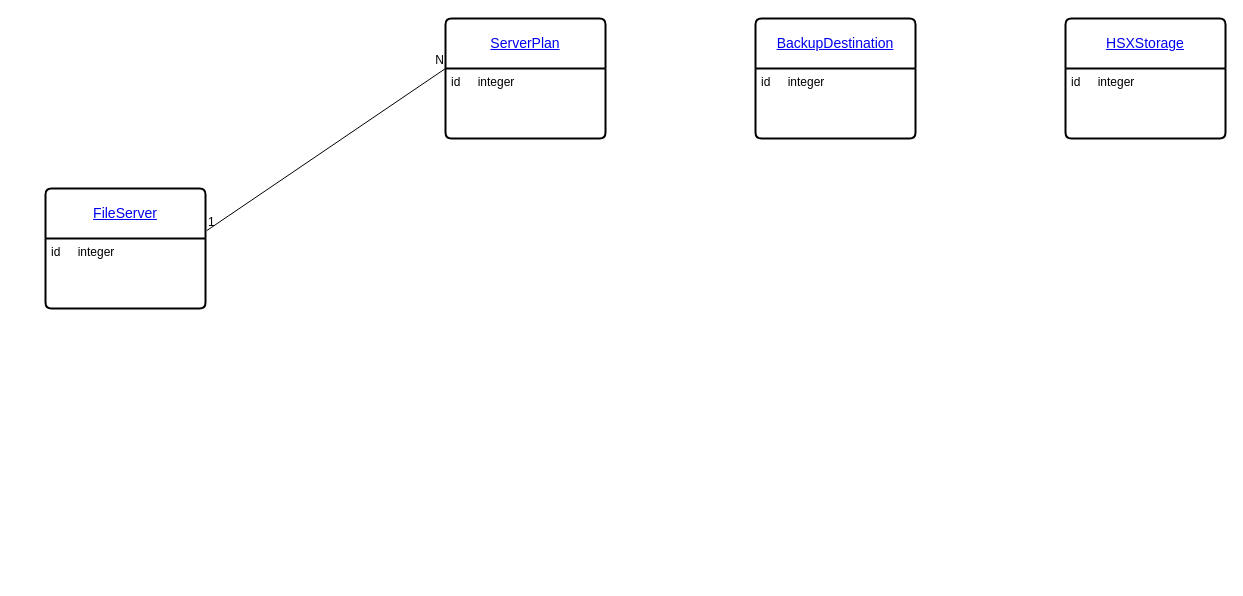
cvltmaheshp/helm-charts keeps this draw.io diagram as CVArch.drawio. Above is the earlier version. Source tidied: cells renumbered, new cells numbered last; positions are measured from the earlier drawing's top-left corner, leaving out a move shared by most shapes. Both pictures are drawn from the tidied source at 100%, with x=0, y=0 at pixel (45, 18).
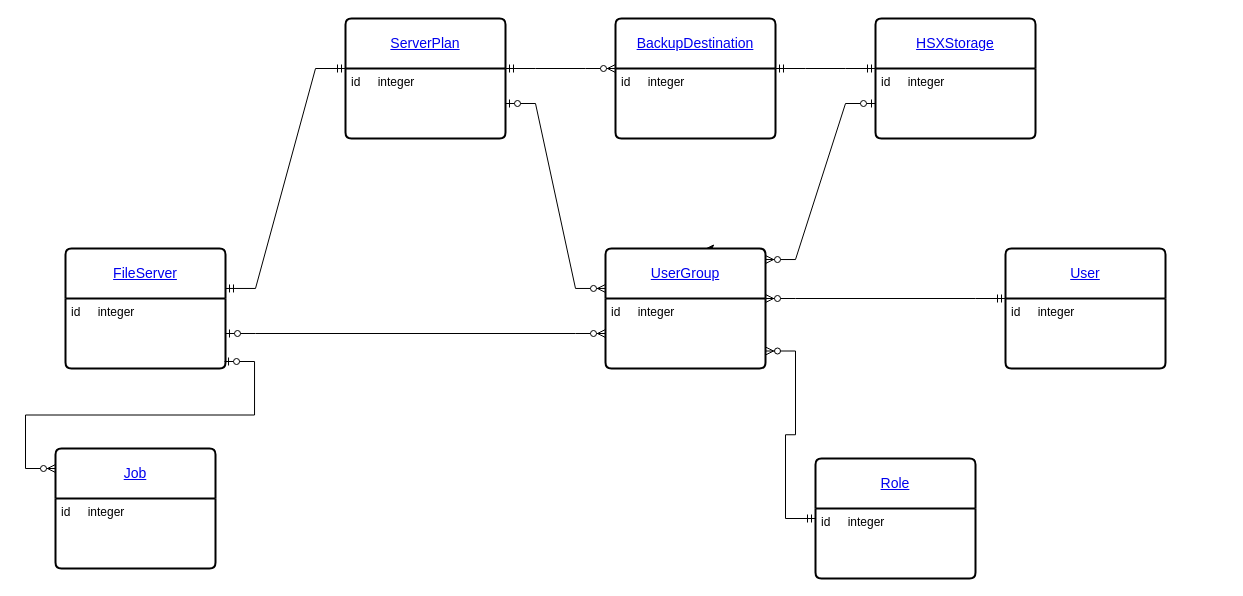
The same diagram, later.

The change refers to these unchanged cells:
```xml
<mxCell id="3" value="id&lt;span style=&quot;white-space: pre;&quot;&gt;&#9;&lt;/span&gt;integer" style="align=left;strokeColor=none;fillColor=none;spacingLeft=4;fontSize=12;verticalAlign=top;html=1;" parent="2" vertex="1">
  <mxGeometry y="50" width="160" height="70" as="geometry" />
</mxCell>
<mxCell id="5" value="id&lt;span style=&quot;white-space: pre;&quot;&gt;&#9;&lt;/span&gt;integer" style="align=left;strokeColor=none;fillColor=none;spacingLeft=4;fontSize=12;verticalAlign=top;html=1;" parent="4" vertex="1">
  <mxGeometry y="50" width="160" height="70" as="geometry" />
</mxCell>
<mxCell id="10" value="id&lt;span style=&quot;white-space: pre;&quot;&gt;&#9;&lt;/span&gt;integer" style="align=left;strokeColor=none;fillColor=none;spacingLeft=4;fontSize=12;verticalAlign=top;html=1;" parent="9" vertex="1">
  <mxGeometry y="50" width="160" height="70" as="geometry" />
</mxCell>
<mxCell id="12" value="id&lt;span style=&quot;white-space: pre;&quot;&gt;&#9;&lt;/span&gt;integer" style="align=left;strokeColor=none;fillColor=none;spacingLeft=4;fontSize=12;verticalAlign=top;html=1;" parent="11" vertex="1">
  <mxGeometry y="50" width="160" height="70" as="geometry" />
</mxCell>
```

Change to the diagram source:
```diff
@@
     <mxCell id="2" value="&lt;a href=&quot;https://api-next.commvault.com/docs/api/cv/OpenAPI3/get-file-servers#get-file-servers&quot;&gt;FileServer&lt;/a&gt;" style="swimlane;horizontal=1;startSize=50;rounded=1;fontSize=14;fontStyle=0;strokeWidth=2;shadow=0;dashed=0;align=center;arcSize=4;whiteSpace=wrap;html=1;" parent="1" vertex="1">
-      <mxGeometry y="170" width="160" height="120" as="geometry" />
+      <mxGeometry x="20" y="230" width="160" height="120" as="geometry" />
     </mxCell>
@@
     <mxCell id="4" value="&lt;a href=&quot;https://api-next.commvault.com/docs/api/cv/OpenAPI3/get-plan-by-id&quot;&gt;ServerPlan&lt;/a&gt;" style="swimlane;horizontal=1;startSize=50;rounded=1;fontSize=14;fontStyle=0;strokeWidth=2;shadow=0;dashed=0;align=center;arcSize=4;whiteSpace=wrap;html=1;" parent="1" vertex="1">
-      <mxGeometry x="400" width="160" height="120" as="geometry" />
+      <mxGeometry x="300" width="160" height="120" as="geometry" />
     </mxCell>
@@
-    <mxCell id="6" style="endArrow=none;html=1;rounded=0;entryX=0;entryY=0;entryDx=0;entryDy=0;exitX=1.008;exitY=0.351;exitDx=0;exitDy=0;exitPerimeter=0;" parent="1" edge="1" source="2" target="5">
-      <mxGeometry relative="1" as="geometry" />
-    </mxCell>
-    <mxCell id="7" value="1" style="html=1;whiteSpace=wrap;align=left;verticalAlign=bottom;" parent="6" vertex="1">
-      <mxGeometry x="-1" relative="1" as="geometry" />
-    </mxCell>
-    <mxCell id="8" value="N" style="html=1;whiteSpace=wrap;align=right;verticalAlign=bottom;" parent="6" vertex="1">
-      <mxGeometry x="1" relative="1" as="geometry" />
-    </mxCell>
     <mxCell id="9" value="&lt;a href=&quot;https://api-next.commvault.com/docs/api/cv/OpenAPI3/get-backup-destination-details&quot;&gt;BackupDestination&lt;/a&gt;" style="swimlane;horizontal=1;startSize=50;rounded=1;fontSize=14;fontStyle=0;strokeWidth=2;shadow=0;dashed=0;align=center;arcSize=4;whiteSpace=wrap;html=1;" parent="1" vertex="1">
-      <mxGeometry x="710" width="160" height="120" as="geometry" />
+      <mxGeometry x="570" width="160" height="120" as="geometry" />
     </mxCell>
@@
     <mxCell id="11" value="&lt;a href=&quot;https://api-next.commvault.com/docs/api/cv/OpenAPI3/get-hyper-scale-storage-by-id#get-details-of-a-specific-hyperscale-storage&quot;&gt;HSXStorage&lt;/a&gt;" style="swimlane;horizontal=1;startSize=50;rounded=1;fontSize=14;fontStyle=0;strokeWidth=2;shadow=0;dashed=0;align=center;arcSize=4;whiteSpace=wrap;html=1;" parent="1" vertex="1">
-      <mxGeometry x="1020" width="160" height="120" as="geometry" />
+      <mxGeometry x="830" width="160" height="120" as="geometry" />
     </mxCell>
@@
+    <mxCell id="13" style="edgeStyle=orthogonalEdgeStyle;rounded=0;jettySize=auto;html=1;exitX=0.75;exitY=0;exitDx=0;exitDy=0;" parent="1" edge="1" source="14">
+      <mxGeometry relative="1" as="geometry">
+        <mxPoint x="660" y="230" as="targetPoint" />
+      </mxGeometry>
+    </mxCell>
+    <mxCell id="14" value="&lt;a href=&quot;https://api-next.commvault.com/docs/api/cv/OpenAPI3/get-user-group-details&quot;&gt;UserGroup&lt;/a&gt;" style="swimlane;horizontal=1;startSize=50;rounded=1;fontSize=14;fontStyle=0;strokeWidth=2;shadow=0;dashed=0;align=center;arcSize=4;whiteSpace=wrap;html=1;" parent="1" vertex="1">
+      <mxGeometry x="560" y="230" width="160" height="120" as="geometry" />
+    </mxCell>
+    <mxCell id="15" value="id&lt;span style=&quot;white-space: pre;&quot;&gt;&#9;&lt;/span&gt;integer" style="align=left;strokeColor=none;fillColor=none;spacingLeft=4;fontSize=12;verticalAlign=top;html=1;" parent="14" vertex="1">
+      <mxGeometry y="50" width="160" height="70" as="geometry" />
+    </mxCell>
+    <mxCell id="16" value="&lt;a href=&quot;https://api-next.commvault.com/docs/api/cv/OpenAPI3/get-role-details&quot;&gt;Role&lt;/a&gt;" style="swimlane;horizontal=1;startSize=50;rounded=1;fontSize=14;fontStyle=0;strokeWidth=2;shadow=0;dashed=0;align=center;arcSize=4;whiteSpace=wrap;html=1;" parent="1" vertex="1">
+      <mxGeometry x="770" y="440" width="160" height="120" as="geometry" />
+    </mxCell>
+    <mxCell id="17" value="id&lt;span style=&quot;white-space: pre;&quot;&gt;&#9;&lt;/span&gt;integer" style="align=left;strokeColor=none;fillColor=none;spacingLeft=4;fontSize=12;verticalAlign=top;html=1;" parent="16" vertex="1">
+      <mxGeometry y="50" width="160" height="70" as="geometry" />
+    </mxCell>
+    <mxCell id="18" value="&lt;a href=&quot;https://api-next.commvault.com/docs/api/cv/OpenAPI3/get-user-details&quot;&gt;User&lt;/a&gt;" style="swimlane;horizontal=1;startSize=50;rounded=1;fontSize=14;fontStyle=0;strokeWidth=2;shadow=0;dashed=0;align=center;arcSize=4;whiteSpace=wrap;html=1;" parent="1" vertex="1">
+      <mxGeometry x="960" y="230" width="160" height="120" as="geometry" />
+    </mxCell>
+    <mxCell id="19" value="id&lt;span style=&quot;white-space: pre;&quot;&gt;&#9;&lt;/span&gt;integer" style="align=left;strokeColor=none;fillColor=none;spacingLeft=4;fontSize=12;verticalAlign=top;html=1;" parent="18" vertex="1">
+      <mxGeometry y="50" width="160" height="70" as="geometry" />
+    </mxCell>
+    <mxCell id="20" value="&lt;a href=&quot;https://api-next.commvault.com/docs/api/cv/JobOperations/get-job-summary-of-a-job#get-job-summary-of-a-job&quot;&gt;Job&lt;/a&gt;" style="swimlane;horizontal=1;startSize=50;rounded=1;fontSize=14;fontStyle=0;strokeWidth=2;shadow=0;dashed=0;align=center;arcSize=4;whiteSpace=wrap;html=1;" parent="1" vertex="1">
+      <mxGeometry x="10" y="430" width="160" height="120" as="geometry" />
+    </mxCell>
+    <mxCell id="21" value="id&lt;span style=&quot;white-space: pre;&quot;&gt;&#9;&lt;/span&gt;integer" style="align=left;strokeColor=none;fillColor=none;spacingLeft=4;fontSize=12;verticalAlign=top;html=1;" parent="20" vertex="1">
+      <mxGeometry y="50" width="160" height="70" as="geometry" />
+    </mxCell>
+    <mxCell id="6" style="edgeStyle=entityRelationEdgeStyle;fontSize=12;html=1;endArrow=ERmandOne;startArrow=ERmandOne;rounded=0;exitX=1;exitY=0.333;exitDx=0;exitDy=0;exitPerimeter=0;entryX=0;entryY=0;entryDx=0;entryDy=0;" parent="1" edge="1" source="2" target="5">
+      <mxGeometry relative="1" as="geometry" />
+    </mxCell>
+    <mxCell id="22" style="edgeStyle=entityRelationEdgeStyle;fontSize=12;html=1;endArrow=ERzeroToMany;startArrow=ERmandOne;rounded=0;exitX=1;exitY=0;exitDx=0;exitDy=0;entryX=0;entryY=0;entryDx=0;entryDy=0;" parent="1" edge="1" source="5" target="10">
+      <mxGeometry relative="1" as="geometry" />
+    </mxCell>
+    <mxCell id="23" style="edgeStyle=entityRelationEdgeStyle;fontSize=12;html=1;endArrow=ERmandOne;startArrow=ERmandOne;rounded=0;entryX=0;entryY=0;entryDx=0;entryDy=0;" parent="1" edge="1">
+      <mxGeometry relative="1" as="geometry">
+        <mxPoint x="730" y="50" as="sourcePoint" />
+        <mxPoint x="830" y="50" as="targetPoint" />
+      </mxGeometry>
+    </mxCell>
+    <mxCell id="24" style="edgeStyle=entityRelationEdgeStyle;fontSize=12;html=1;endArrow=ERzeroToMany;startArrow=ERzeroToOne;rounded=0;exitX=1;exitY=0.5;exitDx=0;exitDy=0;entryX=0;entryY=0.5;entryDx=0;entryDy=0;" parent="1" edge="1" source="3" target="15">
+      <mxGeometry relative="1" as="geometry" />
+    </mxCell>
+    <mxCell id="25" style="edgeStyle=entityRelationEdgeStyle;fontSize=12;html=1;endArrow=ERzeroToMany;startArrow=ERzeroToOne;rounded=0;entryX=0;entryY=0.333;entryDx=0;entryDy=0;entryPerimeter=0;" parent="1" edge="1" source="5" target="14">
+      <mxGeometry relative="1" as="geometry" />
+    </mxCell>
+    <mxCell id="26" style="edgeStyle=entityRelationEdgeStyle;fontSize=12;html=1;endArrow=ERzeroToMany;startArrow=ERzeroToOne;rounded=0;exitX=0;exitY=0.5;exitDx=0;exitDy=0;entryX=1;entryY=0.092;entryDx=0;entryDy=0;entryPerimeter=0;" parent="1" edge="1" source="12" target="14">
+      <mxGeometry relative="1" as="geometry" />
+    </mxCell>
+    <mxCell id="27" style="edgeStyle=entityRelationEdgeStyle;fontSize=12;html=1;endArrow=ERzeroToMany;startArrow=ERmandOne;rounded=0;exitX=0;exitY=0;exitDx=0;exitDy=0;entryX=1;entryY=0;entryDx=0;entryDy=0;" parent="1" edge="1" source="19" target="15">
+      <mxGeometry relative="1" as="geometry" />
+    </mxCell>
+    <mxCell id="28" style="edgeStyle=entityRelationEdgeStyle;fontSize=12;html=1;endArrow=ERzeroToMany;startArrow=ERmandOne;rounded=0;entryX=1;entryY=0.75;entryDx=0;entryDy=0;" parent="1" edge="1" source="16" target="15">
+      <mxGeometry relative="1" as="geometry">
+        <Array as="points">
+          <mxPoint x="690" y="440" />
+        </Array>
+      </mxGeometry>
+    </mxCell>
+    <mxCell id="29" style="edgeStyle=entityRelationEdgeStyle;fontSize=12;html=1;endArrow=ERzeroToMany;startArrow=ERzeroToOne;rounded=0;exitX=0.994;exitY=0.9;exitDx=0;exitDy=0;exitPerimeter=0;" parent="1" edge="1" source="3">
+      <mxGeometry relative="1" as="geometry">
+        <mxPoint x="10" y="450" as="targetPoint" />
+      </mxGeometry>
+    </mxCell>
```
